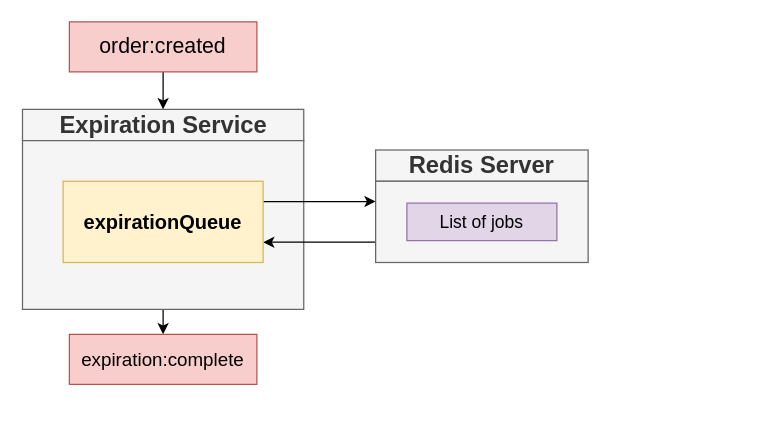
Earlier version of the draw.io diagram page "10 - queue" (10 of 10) of diagrams/09/01.drawio (HappySuzuki/microservices-cast). Source tidied: cells renumbered, new cells numbered last; positions are measured from the earlier drawing's top-left corner, leaving out a move shared by most shapes. Both pictures are drawn from the tidied source at 125%, with x=0, y=0 at pixel (22, 21).
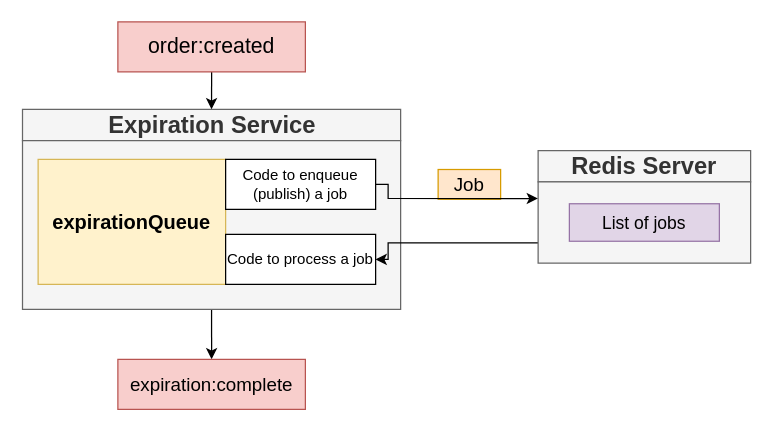
The same page after the edit.

Change to the diagram source:
```diff
@@
     <mxCell id="2" value="Expiration Service" style="rounded=0;whiteSpace=wrap;html=1;fontSize=19;fillColor=#f5f5f5;strokeColor=#666666;fontColor=#333333;fontStyle=1;" parent="1" vertex="1">
-      <mxGeometry x="-0.5" y="70" width="225" height="25" as="geometry" />
+      <mxGeometry x="-0.5" y="70" width="302.5" height="25" as="geometry" />
     </mxCell>
@@
     <mxCell id="4" style="rounded=0;whiteSpace=wrap;html=1;fontSize=22;fillColor=#f5f5f5;strokeColor=#666666;fontColor=#333333;fontStyle=1;" parent="1" vertex="1">
-      <mxGeometry x="-0.5" y="95" width="225" height="135" as="geometry" />
+      <mxGeometry x="-0.5" y="95" width="302.5" height="135" as="geometry" />
     </mxCell>
     <mxCell id="5" value="expiration:complete" style="rounded=0;whiteSpace=wrap;html=1;fontSize=15;fillColor=#f8cecc;strokeColor=#b85450;" parent="1" vertex="1">
-      <mxGeometry x="37" y="250" width="150" height="40" as="geometry" />
+      <mxGeometry x="75.8" y="270" width="150" height="40" as="geometry" />
     </mxCell>
@@
     <mxCell id="7" value="order:created" style="rounded=0;whiteSpace=wrap;html=1;fontSize=17;fillColor=#f8cecc;strokeColor=#b85450;" parent="1" vertex="1">
-      <mxGeometry x="37" width="150" height="40" as="geometry" />
+      <mxGeometry x="75.8" width="150" height="40" as="geometry" />
     </mxCell>
     <mxCell id="8" value="Redis Server" style="rounded=0;whiteSpace=wrap;html=1;fontSize=19;fillColor=#f5f5f5;strokeColor=#666666;fontColor=#333333;fontStyle=1;" parent="1" vertex="1">
-      <mxGeometry x="282" y="102.5" width="170" height="25" as="geometry" />
+      <mxGeometry x="412" y="103" width="170" height="25" as="geometry" />
     </mxCell>
-    <mxCell id="9" style="edgeStyle=orthogonalEdgeStyle;rounded=0;jettySize=auto;html=1;exitX=0;exitY=0.75;exitDx=0;exitDy=0;entryX=1;entryY=0.75;entryDx=0;entryDy=0;fontSize=16;" parent="1" edge="1" source="10" target="13">
-      <mxGeometry relative="1" as="geometry" />
-    </mxCell>
+    <mxCell id="14" style="edgeStyle=orthogonalEdgeStyle;rounded=0;jettySize=auto;html=1;exitX=0;exitY=0.75;exitDx=0;exitDy=0;entryX=1;entryY=0.5;entryDx=0;entryDy=0;fontSize=12;" parent="1" edge="1" source="10" target="18">
+      <mxGeometry relative="1" as="geometry">
+        <Array as="points">
+          <mxPoint x="292" y="177" />
+          <mxPoint x="292" y="190" />
+        </Array>
+      </mxGeometry>
+    </mxCell>
     <mxCell id="10" style="rounded=0;whiteSpace=wrap;html=1;fontSize=22;fillColor=#f5f5f5;strokeColor=#666666;fontColor=#333333;fontStyle=1;" parent="1" vertex="1">
-      <mxGeometry x="282" y="127.5" width="170" height="65" as="geometry" />
+      <mxGeometry x="412" y="128" width="170" height="65" as="geometry" />
     </mxCell>
     <mxCell id="11" value="List of jobs" style="rounded=0;whiteSpace=wrap;html=1;fontSize=14;align=center;fillColor=#e1d5e7;strokeColor=#9673a6;" parent="1" vertex="1">
-      <mxGeometry x="307" y="145" width="120" height="30" as="geometry" />
+      <mxGeometry x="437" y="145.5" width="120" height="30" as="geometry" />
     </mxCell>
-    <mxCell id="12" style="edgeStyle=orthogonalEdgeStyle;rounded=0;jettySize=auto;html=1;exitX=1;exitY=0.25;exitDx=0;exitDy=0;entryX=0;entryY=0.25;entryDx=0;entryDy=0;fontSize=16;" parent="1" edge="1" source="13" target="10">
-      <mxGeometry relative="1" as="geometry" />
-    </mxCell>
     <mxCell id="13" value="expirationQueue" style="rounded=0;whiteSpace=wrap;html=1;fontSize=16;align=center;fillColor=#fff2cc;strokeColor=#d6b656;fontStyle=1;" parent="1" vertex="1">
-      <mxGeometry x="32" y="127.5" width="160" height="65" as="geometry" />
+      <mxGeometry x="12" y="110" width="150" height="100" as="geometry" />
     </mxCell>
+    <mxCell id="15" value="Job" style="rounded=0;whiteSpace=wrap;html=1;fontSize=15;align=center;fillColor=#ffe6cc;strokeColor=#d79b00;fontStyle=0;" parent="1" vertex="1">
+      <mxGeometry x="332" y="118.1" width="50" height="23.8" as="geometry" />
+    </mxCell>
+    <mxCell id="16" style="edgeStyle=orthogonalEdgeStyle;rounded=0;jettySize=auto;html=1;exitX=1;exitY=0.5;exitDx=0;exitDy=0;entryX=-0.001;entryY=0.205;entryDx=0;entryDy=0;entryPerimeter=0;fontSize=12;" parent="1" edge="1" source="17" target="10">
+      <mxGeometry relative="1" as="geometry">
+        <Array as="points">
+          <mxPoint x="292" y="130" />
+          <mxPoint x="292" y="141" />
+        </Array>
+      </mxGeometry>
+    </mxCell>
+    <mxCell id="17" value="Code to enqueue (publish) a job" style="rounded=0;whiteSpace=wrap;html=1;fontSize=12;align=center;" parent="1" vertex="1">
+      <mxGeometry x="162" y="110" width="120" height="40" as="geometry" />
+    </mxCell>
+    <mxCell id="18" value="Code to process a job" style="rounded=0;whiteSpace=wrap;html=1;fontSize=12;align=center;" parent="1" vertex="1">
+      <mxGeometry x="162" y="170" width="120" height="40" as="geometry" />
+    </mxCell>
```
